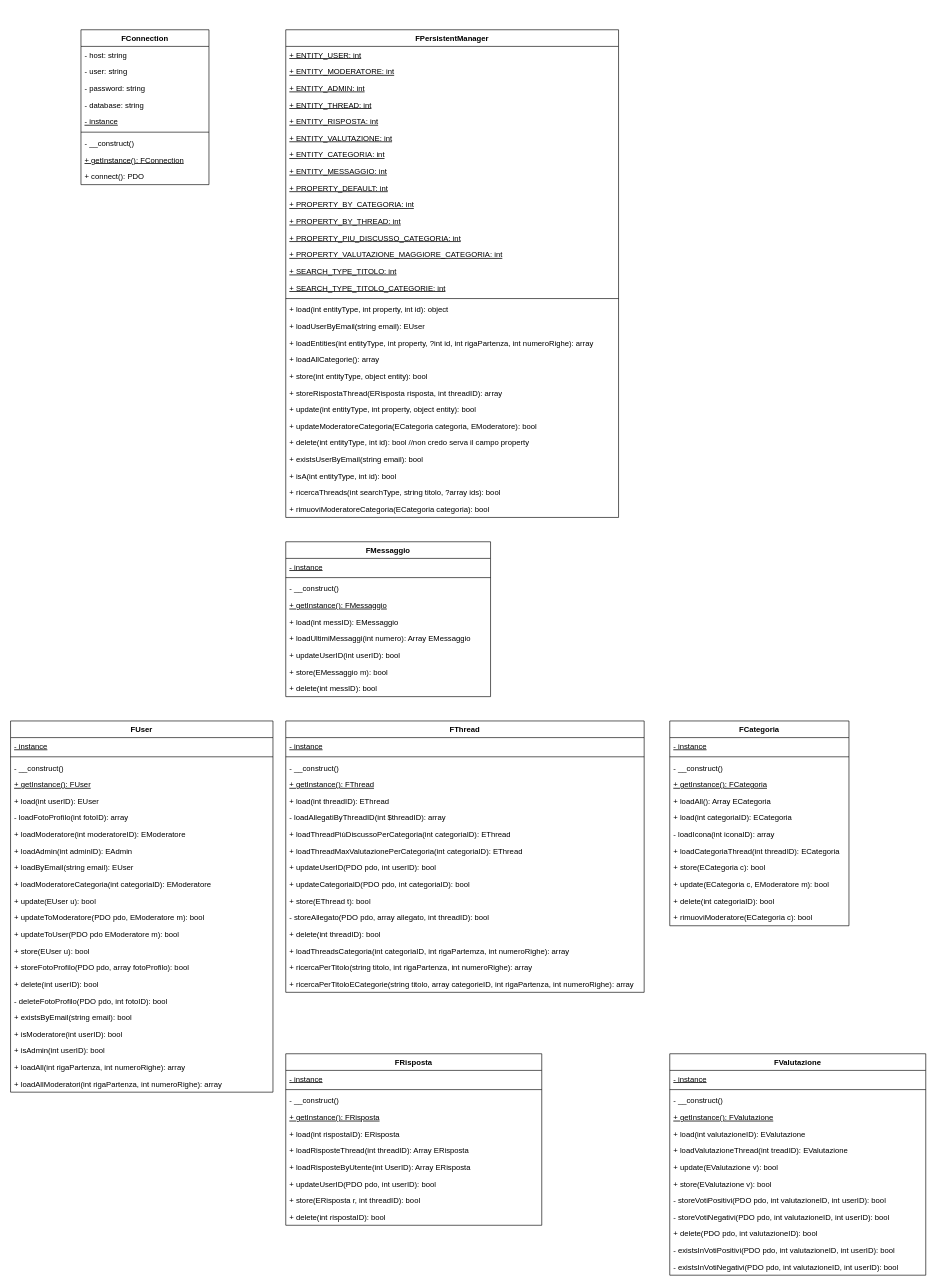
Earlier version of the draw.io diagram Diagrammi/UML Fondation 2.drawio (EdoPan/UniChat). Source tidied: cells renumbered, new cells numbered last; positions are measured from the earlier drawing's top-left corner, leaving out a move shared by most shapes. Both pictures are drawn from the tidied source at 64%, with x=0, y=0 at pixel (10, 29).
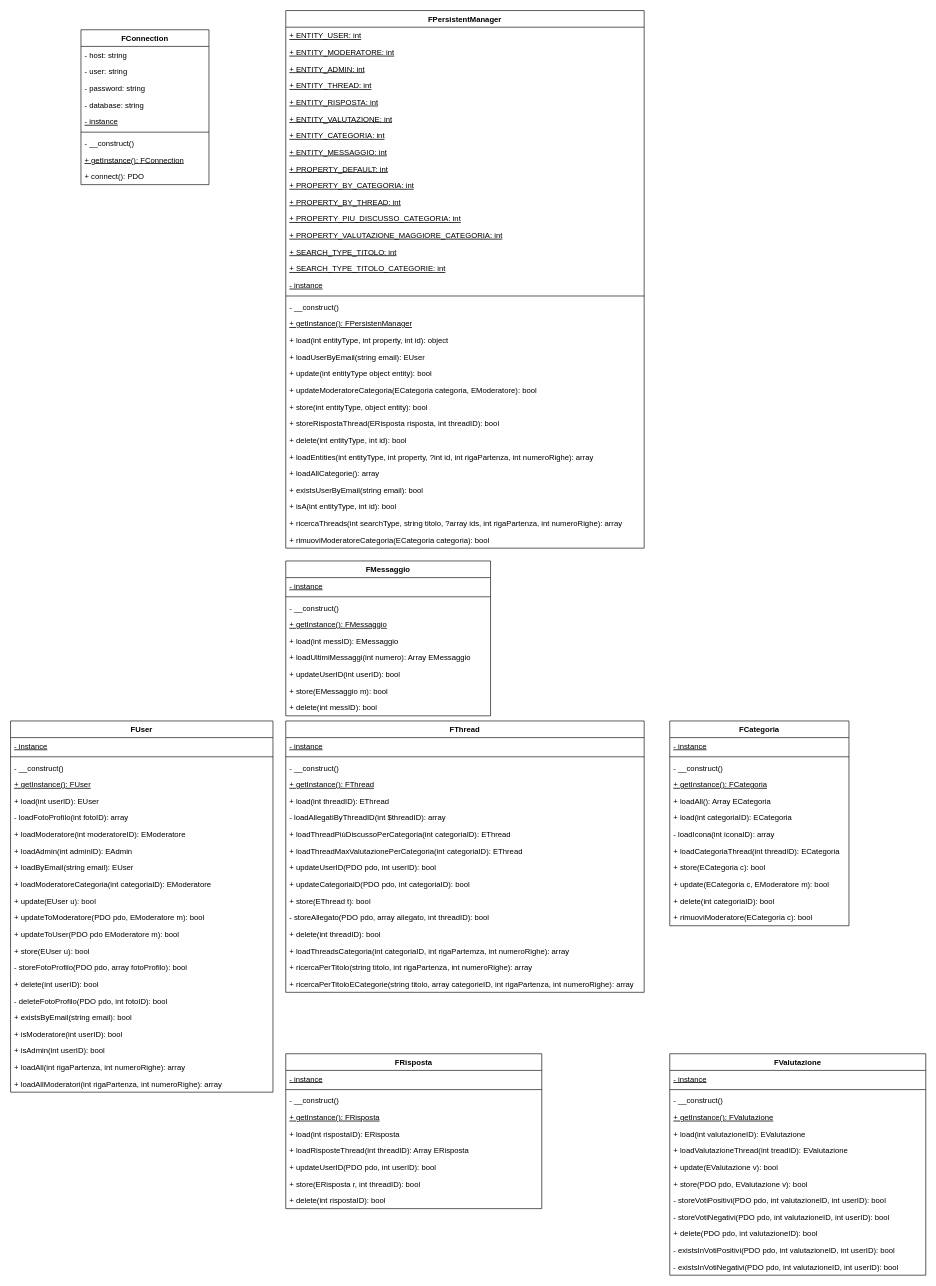
After the change.

Commit message (it also covers changes not shown here):
Correzione FPersistentManager e di piccoli errori.

Unchanged cells that the change refers to:
```xml
<mxCell id="42" value="FUser" style="swimlane;fontStyle=1;align=center;verticalAlign=top;horizontal=1;startSize=26;" parent="1" vertex="1">
  <mxGeometry y="1080" width="410" height="580" as="geometry" />
</mxCell>
<mxCell id="116" value="FValutazione" style="swimlane;fontStyle=1;align=center;verticalAlign=top;horizontal=1;startSize=26;fillColor=#ffffff;" parent="1" vertex="1">
  <mxGeometry x="1030" y="1600" width="400" height="346" as="geometry" />
</mxCell>
```

Diff of the diagram source:
```diff
@@
     <mxCell id="12" value="FPersistentManager" style="swimlane;fontStyle=1;align=center;verticalAlign=top;horizontal=1;startSize=26;" parent="1" vertex="1">
-      <mxGeometry x="430" width="520" height="762" as="geometry" />
+      <mxGeometry x="430" y="-30" width="560" height="840" as="geometry" />
     </mxCell>
     <mxCell id="13" value="+ ENTITY_USER: int" style="text;strokeColor=none;fillColor=none;align=left;verticalAlign=top;spacingLeft=4;spacingRight=4;overflow=hidden;fontStyle=4;" parent="12" vertex="1">
-      <mxGeometry y="26" width="520" height="26" as="geometry" />
+      <mxGeometry y="26" width="560" height="26" as="geometry" />
     </mxCell>
     <mxCell id="14" value="+ ENTITY_MODERATORE: int" style="text;strokeColor=none;fillColor=none;align=left;verticalAlign=top;spacingLeft=4;spacingRight=4;overflow=hidden;fontStyle=4;" parent="12" vertex="1">
-      <mxGeometry y="52" width="520" height="26" as="geometry" />
+      <mxGeometry y="52" width="560" height="26" as="geometry" />
     </mxCell>
     <mxCell id="15" value="+ ENTITY_ADMIN: int" style="text;strokeColor=none;fillColor=none;align=left;verticalAlign=top;spacingLeft=4;spacingRight=4;overflow=hidden;fontStyle=4;" parent="12" vertex="1">
-      <mxGeometry y="78" width="520" height="26" as="geometry" />
+      <mxGeometry y="78" width="560" height="26" as="geometry" />
     </mxCell>
     <mxCell id="16" value="+ ENTITY_THREAD: int" style="text;strokeColor=none;fillColor=none;align=left;verticalAlign=top;spacingLeft=4;spacingRight=4;overflow=hidden;fontStyle=4;" parent="12" vertex="1">
-      <mxGeometry y="104" width="520" height="26" as="geometry" />
+      <mxGeometry y="104" width="560" height="26" as="geometry" />
     </mxCell>
     <mxCell id="17" value="+ ENTITY_RISPOSTA: int" style="text;strokeColor=none;fillColor=none;align=left;verticalAlign=top;spacingLeft=4;spacingRight=4;overflow=hidden;fontStyle=4;" parent="12" vertex="1">
-      <mxGeometry y="130" width="520" height="26" as="geometry" />
+      <mxGeometry y="130" width="560" height="26" as="geometry" />
     </mxCell>
     <mxCell id="18" value="+ ENTITY_VALUTAZIONE: int" style="text;strokeColor=none;fillColor=none;align=left;verticalAlign=top;spacingLeft=4;spacingRight=4;overflow=hidden;fontStyle=4;" parent="12" vertex="1">
-      <mxGeometry y="156" width="520" height="26" as="geometry" />
+      <mxGeometry y="156" width="560" height="26" as="geometry" />
     </mxCell>
     <mxCell id="19" value="+ ENTITY_CATEGORIA: int" style="text;strokeColor=none;fillColor=none;align=left;verticalAlign=top;spacingLeft=4;spacingRight=4;overflow=hidden;fontStyle=4;" parent="12" vertex="1">
-      <mxGeometry y="182" width="520" height="26" as="geometry" />
+      <mxGeometry y="182" width="560" height="26" as="geometry" />
     </mxCell>
     <mxCell id="20" value="+ ENTITY_MESSAGGIO: int" style="text;strokeColor=none;fillColor=none;align=left;verticalAlign=top;spacingLeft=4;spacingRight=4;overflow=hidden;fontStyle=4;" parent="12" vertex="1">
-      <mxGeometry y="208" width="520" height="26" as="geometry" />
+      <mxGeometry y="208" width="560" height="26" as="geometry" />
     </mxCell>
     <mxCell id="21" value="+ PROPERTY_DEFAULT: int" style="text;strokeColor=none;fillColor=none;align=left;verticalAlign=top;spacingLeft=4;spacingRight=4;overflow=hidden;fontStyle=4;" parent="12" vertex="1">
-      <mxGeometry y="234" width="520" height="26" as="geometry" />
+      <mxGeometry y="234" width="560" height="26" as="geometry" />
     </mxCell>
     <mxCell id="22" value="+ PROPERTY_BY_CATEGORIA: int" style="text;strokeColor=none;fillColor=none;align=left;verticalAlign=top;spacingLeft=4;spacingRight=4;overflow=hidden;fontStyle=4;" parent="12" vertex="1">
-      <mxGeometry y="260" width="520" height="26" as="geometry" />
+      <mxGeometry y="260" width="560" height="26" as="geometry" />
     </mxCell>
     <mxCell id="23" value="+ PROPERTY_BY_THREAD: int" style="text;strokeColor=none;fillColor=none;align=left;verticalAlign=top;spacingLeft=4;spacingRight=4;overflow=hidden;fontStyle=4;" parent="12" vertex="1">
-      <mxGeometry y="286" width="520" height="26" as="geometry" />
+      <mxGeometry y="286" width="560" height="26" as="geometry" />
     </mxCell>
     <mxCell id="24" value="+ PROPERTY_PIU_DISCUSSO_CATEGORIA: int" style="text;strokeColor=none;fillColor=none;align=left;verticalAlign=top;spacingLeft=4;spacingRight=4;overflow=hidden;fontStyle=4;" parent="12" vertex="1">
-      <mxGeometry y="312" width="520" height="26" as="geometry" />
+      <mxGeometry y="312" width="560" height="26" as="geometry" />
     </mxCell>
     <mxCell id="25" value="+ PROPERTY_VALUTAZIONE_MAGGIORE_CATEGORIA: int" style="text;strokeColor=none;fillColor=none;align=left;verticalAlign=top;spacingLeft=4;spacingRight=4;overflow=hidden;fontStyle=4;" parent="12" vertex="1">
-      <mxGeometry y="338" width="520" height="26" as="geometry" />
+      <mxGeometry y="338" width="560" height="26" as="geometry" />
     </mxCell>
     <mxCell id="26" value="+ SEARCH_TYPE_TITOLO: int" style="text;strokeColor=none;fillColor=none;align=left;verticalAlign=top;spacingLeft=4;spacingRight=4;overflow=hidden;fontStyle=4;" parent="12" vertex="1">
-      <mxGeometry y="364" width="520" height="26" as="geometry" />
+      <mxGeometry y="364" width="560" height="26" as="geometry" />
     </mxCell>
     <mxCell id="27" value="+ SEARCH_TYPE_TITOLO_CATEGORIE: int" style="text;strokeColor=none;fillColor=none;align=left;verticalAlign=top;spacingLeft=4;spacingRight=4;overflow=hidden;fontStyle=4;" parent="12" vertex="1">
-      <mxGeometry y="390" width="520" height="26" as="geometry" />
+      <mxGeometry y="390" width="560" height="26" as="geometry" />
     </mxCell>
+    <mxCell id="130" value="- instance" style="text;strokeColor=none;fillColor=none;align=left;verticalAlign=top;spacingLeft=4;spacingRight=4;overflow=hidden;fontStyle=4;" parent="12" vertex="1">
+      <mxGeometry y="416" width="560" height="26" as="geometry" />
+    </mxCell>
     <mxCell id="28" style="line;strokeWidth=1;fillColor=none;align=left;verticalAlign=middle;spacingTop=-1;spacingLeft=3;spacingRight=3;labelPosition=right;" parent="12" vertex="1">
-      <mxGeometry y="416" width="520" height="8" as="geometry" />
+      <mxGeometry y="442" width="560" height="8" as="geometry" />
     </mxCell>
+    <mxCell id="131" value="- __construct()" style="text;strokeColor=none;fillColor=none;align=left;verticalAlign=top;spacingLeft=4;spacingRight=4;overflow=hidden;" parent="12" vertex="1">
+      <mxGeometry y="450" width="560" height="26" as="geometry" />
+    </mxCell>
+    <mxCell id="132" value="+ getInstance(): FPersistenManager" style="text;strokeColor=none;fillColor=none;align=left;verticalAlign=top;spacingLeft=4;spacingRight=4;overflow=hidden;fontStyle=4;" parent="12" vertex="1">
+      <mxGeometry y="476" width="560" height="26" as="geometry" />
+    </mxCell>
     <mxCell id="29" value="+ load(int entityType, int property, int id): object" style="text;strokeColor=none;fillColor=none;align=left;verticalAlign=top;spacingLeft=4;spacingRight=4;overflow=hidden;" parent="12" vertex="1">
-      <mxGeometry y="424" width="520" height="26" as="geometry" />
+      <mxGeometry y="502" width="560" height="26" as="geometry" />
     </mxCell>
     <mxCell id="30" value="+ loadUserByEmail(string email): EUser" style="text;strokeColor=none;fillColor=none;align=left;verticalAlign=top;spacingLeft=4;spacingRight=4;overflow=hidden;" parent="12" vertex="1">
-      <mxGeometry y="450" width="520" height="26" as="geometry" />
+      <mxGeometry y="528" width="560" height="26" as="geometry" />
     </mxCell>
+    <mxCell id="35" value="+ update(int entityType object entity): bool" style="text;strokeColor=none;fillColor=none;align=left;verticalAlign=top;spacingLeft=4;spacingRight=4;overflow=hidden;" parent="12" vertex="1">
+      <mxGeometry y="554" width="560" height="26" as="geometry" />
+    </mxCell>
+    <mxCell id="36" value="+ updateModeratoreCategoria(ECategoria categoria, EModeratore): bool" style="text;strokeColor=none;fillColor=none;align=left;verticalAlign=top;spacingLeft=4;spacingRight=4;overflow=hidden;" parent="12" vertex="1">
+      <mxGeometry y="580" width="560" height="26" as="geometry" />
+    </mxCell>
+    <mxCell id="33" value="+ store(int entityType, object entity): bool" style="text;strokeColor=none;fillColor=none;align=left;verticalAlign=top;spacingLeft=4;spacingRight=4;overflow=hidden;" parent="12" vertex="1">
+      <mxGeometry y="606" width="560" height="26" as="geometry" />
+    </mxCell>
+    <mxCell id="34" value="+ storeRispostaThread(ERisposta risposta, int threadID): bool" style="text;strokeColor=none;fillColor=none;align=left;verticalAlign=top;spacingLeft=4;spacingRight=4;overflow=hidden;" parent="12" vertex="1">
+      <mxGeometry y="632" width="560" height="26" as="geometry" />
+    </mxCell>
+    <mxCell id="37" value="+ delete(int entityType, int id): bool" style="text;strokeColor=none;fillColor=none;align=left;verticalAlign=top;spacingLeft=4;spacingRight=4;overflow=hidden;" parent="12" vertex="1">
+      <mxGeometry y="658" width="560" height="26" as="geometry" />
+    </mxCell>
     <mxCell id="31" value="+ loadEntities(int entityType, int property, ?int id, int rigaPartenza, int numeroRighe): array" style="text;strokeColor=none;fillColor=none;align=left;verticalAlign=top;spacingLeft=4;spacingRight=4;overflow=hidden;" parent="12" vertex="1">
-      <mxGeometry y="476" width="520" height="26" as="geometry" />
+      <mxGeometry y="684" width="560" height="26" as="geometry" />
     </mxCell>
     <mxCell id="32" value="+ loadAllCategorie(): array" style="text;strokeColor=none;fillColor=none;align=left;verticalAlign=top;spacingLeft=4;spacingRight=4;overflow=hidden;" parent="12" vertex="1">
-      <mxGeometry y="502" width="520" height="26" as="geometry" />
+      <mxGeometry y="710" width="560" height="26" as="geometry" />
     </mxCell>
-    <mxCell id="33" value="+ store(int entityType, object entity): bool" style="text;strokeColor=none;fillColor=none;align=left;verticalAlign=top;spacingLeft=4;spacingRight=4;overflow=hidden;" parent="12" vertex="1">
-      <mxGeometry y="528" width="520" height="26" as="geometry" />
-    </mxCell>
-    <mxCell id="34" value="+ storeRispostaThread(ERisposta risposta, int threadID): array" style="text;strokeColor=none;fillColor=none;align=left;verticalAlign=top;spacingLeft=4;spacingRight=4;overflow=hidden;" parent="12" vertex="1">
-      <mxGeometry y="554" width="520" height="26" as="geometry" />
-    </mxCell>
-    <mxCell id="35" value="+ update(int entityType, int property, object entity): bool" style="text;strokeColor=none;fillColor=none;align=left;verticalAlign=top;spacingLeft=4;spacingRight=4;overflow=hidden;" parent="12" vertex="1">
-      <mxGeometry y="580" width="520" height="26" as="geometry" />
-    </mxCell>
-    <mxCell id="36" value="+ updateModeratoreCategoria(ECategoria categoria, EModeratore): bool" style="text;strokeColor=none;fillColor=none;align=left;verticalAlign=top;spacingLeft=4;spacingRight=4;overflow=hidden;" parent="12" vertex="1">
-      <mxGeometry y="606" width="520" height="26" as="geometry" />
-    </mxCell>
-    <mxCell id="37" value="+ delete(int entityType, int id): bool //non credo serva il campo property" style="text;strokeColor=none;fillColor=none;align=left;verticalAlign=top;spacingLeft=4;spacingRight=4;overflow=hidden;" parent="12" vertex="1">
-      <mxGeometry y="632" width="520" height="26" as="geometry" />
-    </mxCell>
     <mxCell id="38" value="+ existsUserByEmail(string email): bool" style="text;strokeColor=none;fillColor=none;align=left;verticalAlign=top;spacingLeft=4;spacingRight=4;overflow=hidden;" parent="12" vertex="1">
-      <mxGeometry y="658" width="520" height="26" as="geometry" />
+      <mxGeometry y="736" width="560" height="26" as="geometry" />
     </mxCell>
     <mxCell id="39" value="+ isA(int entityType, int id): bool" style="text;strokeColor=none;fillColor=none;align=left;verticalAlign=top;spacingLeft=4;spacingRight=4;overflow=hidden;" parent="12" vertex="1">
-      <mxGeometry y="684" width="520" height="26" as="geometry" />
+      <mxGeometry y="762" width="560" height="26" as="geometry" />
     </mxCell>
-    <mxCell id="40" value="+ ricercaThreads(int searchType, string titolo, ?array ids): bool" style="text;strokeColor=none;fillColor=none;align=left;verticalAlign=top;spacingLeft=4;spacingRight=4;overflow=hidden;" parent="12" vertex="1">
-      <mxGeometry y="710" width="520" height="26" as="geometry" />
+    <mxCell id="40" value="+ ricercaThreads(int searchType, string titolo, ?array ids, int rigaPartenza, int numeroRighe): array" style="text;strokeColor=none;fillColor=none;align=left;verticalAlign=top;spacingLeft=4;spacingRight=4;overflow=hidden;" parent="12" vertex="1">
+      <mxGeometry y="788" width="560" height="26" as="geometry" />
     </mxCell>
     <mxCell id="41" value="+ rimuoviModeratoreCategoria(ECategoria categoria): bool" style="text;strokeColor=none;fillColor=none;align=left;verticalAlign=top;spacingLeft=4;spacingRight=4;overflow=hidden;" parent="12" vertex="1">
-      <mxGeometry y="736" width="520" height="26" as="geometry" />
+      <mxGeometry y="814" width="560" height="26" as="geometry" />
     </mxCell>
@@
-    <mxCell id="57" value="+ storeFotoProfilo(PDO pdo, array fotoProfilo): bool" style="text;strokeColor=none;fillColor=none;align=left;verticalAlign=top;spacingLeft=4;spacingRight=4;overflow=hidden;" parent="42" vertex="1">
+    <mxCell id="57" value="- storeFotoProfilo(PDO pdo, array fotoProfilo): bool" style="text;strokeColor=none;fillColor=none;align=left;verticalAlign=top;spacingLeft=4;spacingRight=4;overflow=hidden;" parent="42" vertex="1">
       <mxGeometry y="372" width="410" height="26" as="geometry" />
     </mxCell>
@@
     <mxCell id="65" value="FMessaggio" style="swimlane;fontStyle=1;align=center;verticalAlign=top;horizontal=1;startSize=26;" parent="1" vertex="1">
-      <mxGeometry x="430" y="800" width="320" height="242" as="geometry" />
+      <mxGeometry x="430" y="830" width="320" height="242" as="geometry" />
     </mxCell>
@@
     <mxCell id="92" value="FRisposta" style="swimlane;fontStyle=1;align=center;verticalAlign=top;horizontal=1;startSize=26;" parent="1" vertex="1">
-      <mxGeometry x="430" y="1600" width="400" height="268" as="geometry" />
+      <mxGeometry x="430" y="1600" width="400" height="242" as="geometry" />
     </mxCell>
@@
-    <mxCell id="99" value="+ loadRisposteByUtente(int UserID): Array ERisposta" style="text;strokeColor=none;fillColor=none;align=left;verticalAlign=top;spacingLeft=4;spacingRight=4;overflow=hidden;" parent="92" vertex="1">
-      <mxGeometry y="164" width="400" height="26" as="geometry" />
-    </mxCell>
     <mxCell id="100" value="+ updateUserID(PDO pdo, int userID): bool" style="text;strokeColor=none;fillColor=none;align=left;verticalAlign=top;spacingLeft=4;spacingRight=4;overflow=hidden;" parent="92" vertex="1">
-      <mxGeometry y="190" width="400" height="26" as="geometry" />
+      <mxGeometry y="164" width="400" height="26" as="geometry" />
     </mxCell>
     <mxCell id="101" value="+ store(ERisposta r, int threadID): bool" style="text;strokeColor=none;fillColor=none;align=left;verticalAlign=top;spacingLeft=4;spacingRight=4;overflow=hidden;" parent="92" vertex="1">
-      <mxGeometry y="216" width="400" height="26" as="geometry" />
+      <mxGeometry y="190" width="400" height="26" as="geometry" />
     </mxCell>
     <mxCell id="102" value="+ delete(int rispostaID): bool" style="text;strokeColor=none;fillColor=none;align=left;verticalAlign=top;spacingLeft=4;spacingRight=4;overflow=hidden;" parent="92" vertex="1">
-      <mxGeometry y="242" width="400" height="26" as="geometry" />
+      <mxGeometry y="216" width="400" height="26" as="geometry" />
     </mxCell>
@@
-    <mxCell id="124" value="+ store(EValutazione v): bool" style="text;strokeColor=none;fillColor=none;align=left;verticalAlign=top;spacingLeft=4;spacingRight=4;overflow=hidden;" parent="116" vertex="1">
+    <mxCell id="124" value="+ store(PDO pdo, EValutazione v): bool" style="text;strokeColor=none;fillColor=none;align=left;verticalAlign=top;spacingLeft=4;spacingRight=4;overflow=hidden;" parent="116" vertex="1">
       <mxGeometry y="190" width="400" height="26" as="geometry" />
     </mxCell>
```
